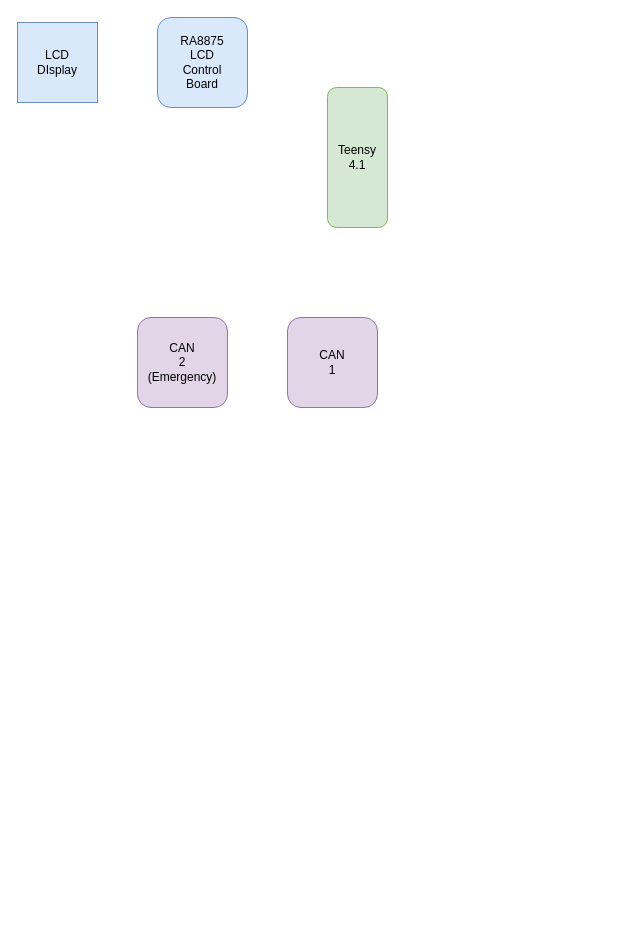
KSU-MS/IC-Dash keeps this draw.io diagram as Dash-IC.drawio. Above is the earlier version. Source tidied: cells renumbered, new cells numbered last; positions are measured from the earlier drawing's top-left corner, leaving out a move shared by most shapes. Both pictures are drawn from the tidied source at 100%, with x=0, y=0 at pixel (17, 17).
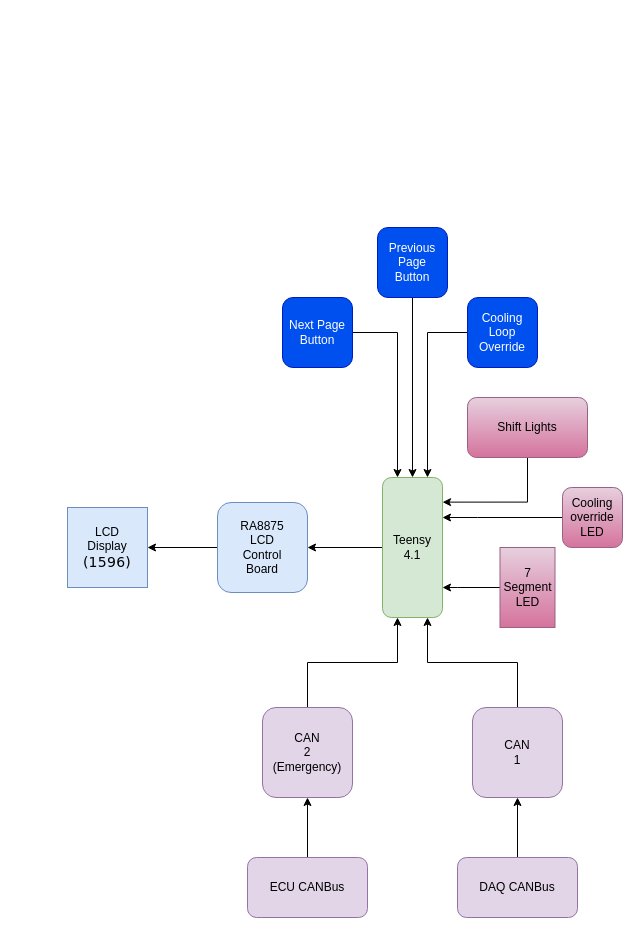
After the change.

What changed in the source:
```diff
@@
+    <mxCell id="7" style="edgeStyle=orthogonalEdgeStyle;rounded=0;jettySize=auto;html=1;exitX=0;exitY=0.5;exitDx=0;exitDy=0;entryX=1;entryY=0.5;entryDx=0;entryDy=0;" parent="1" edge="1" source="2" target="3">
+      <mxGeometry relative="1" as="geometry" />
+    </mxCell>
     <mxCell id="2" value="Teensy&lt;br&gt;4.1" style="rounded=1;whiteSpace=wrap;html=1;fillColor=#d5e8d4;strokeColor=#82b366;" parent="1" vertex="1">
-      <mxGeometry x="310" y="70" width="60" height="140" as="geometry" />
+      <mxGeometry x="365" y="460" width="60" height="140" as="geometry" />
     </mxCell>
+    <mxCell id="8" style="edgeStyle=orthogonalEdgeStyle;rounded=0;jettySize=auto;html=1;exitX=0;exitY=0.5;exitDx=0;exitDy=0;entryX=1;entryY=0.5;entryDx=0;entryDy=0;" parent="1" edge="1" source="3" target="4">
+      <mxGeometry relative="1" as="geometry" />
+    </mxCell>
     <mxCell id="3" value="RA8875&lt;br&gt;LCD&lt;br&gt;Control&lt;br&gt;Board" style="rounded=1;whiteSpace=wrap;html=1;fillColor=#dae8fc;strokeColor=#6c8ebf;" parent="1" vertex="1">
-      <mxGeometry x="140" width="90" height="90" as="geometry" />
+      <mxGeometry x="200" y="485" width="90" height="90" as="geometry" />
     </mxCell>
-    <mxCell id="4" value="LCD&lt;br&gt;DIsplay" style="whiteSpace=wrap;html=1;fillColor=#dae8fc;strokeColor=#6c8ebf;" parent="1" vertex="1">
-      <mxGeometry y="5" width="80" height="80" as="geometry" />
+    <mxCell id="4" value="LCD&lt;br&gt;Display&lt;br&gt;&lt;span style=&quot;font-family: &amp;#34;proxima nova&amp;#34; , &amp;#34;lucida grande&amp;#34; , &amp;#34;lucida sans unicode&amp;#34; , &amp;#34;lucida sans&amp;#34; , &amp;#34;geneva&amp;#34; , &amp;#34;verdana&amp;#34; , sans-serif ; font-size: 14px ; letter-spacing: 0.28px&quot;&gt;(1596)&lt;/span&gt;" style="whiteSpace=wrap;html=1;fillColor=#dae8fc;strokeColor=#6c8ebf;" parent="1" vertex="1">
+      <mxGeometry x="50" y="490" width="80" height="80" as="geometry" />
     </mxCell>
+    <mxCell id="9" style="edgeStyle=orthogonalEdgeStyle;rounded=0;jettySize=auto;html=1;exitX=0.5;exitY=0;exitDx=0;exitDy=0;entryX=0.75;entryY=1;entryDx=0;entryDy=0;" parent="1" edge="1" source="5" target="2">
+      <mxGeometry relative="1" as="geometry" />
+    </mxCell>
     <mxCell id="5" value="CAN&lt;br&gt;1" style="rounded=1;whiteSpace=wrap;html=1;fillColor=#e1d5e7;strokeColor=#9673a6;" parent="1" vertex="1">
-      <mxGeometry x="270" y="300" width="90" height="90" as="geometry" />
+      <mxGeometry x="455" y="690" width="90" height="90" as="geometry" />
     </mxCell>
+    <mxCell id="10" style="edgeStyle=orthogonalEdgeStyle;rounded=0;jettySize=auto;html=1;exitX=0.5;exitY=0;exitDx=0;exitDy=0;entryX=0.25;entryY=1;entryDx=0;entryDy=0;" parent="1" edge="1" source="6" target="2">
+      <mxGeometry relative="1" as="geometry" />
+    </mxCell>
     <mxCell id="6" value="CAN&lt;br&gt;2&lt;br&gt;(Emergency)" style="rounded=1;whiteSpace=wrap;html=1;fillColor=#e1d5e7;strokeColor=#9673a6;" parent="1" vertex="1">
-      <mxGeometry x="120" y="300" width="90" height="90" as="geometry" />
+      <mxGeometry x="245" y="690" width="90" height="90" as="geometry" />
     </mxCell>
+    <mxCell id="11" style="edgeStyle=orthogonalEdgeStyle;rounded=0;jettySize=auto;html=1;exitX=0.5;exitY=0;exitDx=0;exitDy=0;entryX=0.5;entryY=1;entryDx=0;entryDy=0;" parent="1" edge="1" source="12" target="6">
+      <mxGeometry relative="1" as="geometry" />
+    </mxCell>
+    <mxCell id="12" value="ECU CANBus" style="rounded=1;whiteSpace=wrap;html=1;fillColor=#e1d5e7;strokeColor=#9673a6;" parent="1" vertex="1">
+      <mxGeometry x="230" y="840" width="120" height="60" as="geometry" />
+    </mxCell>
+    <mxCell id="13" style="edgeStyle=orthogonalEdgeStyle;rounded=0;jettySize=auto;html=1;exitX=0.5;exitY=0;exitDx=0;exitDy=0;entryX=0.5;entryY=1;entryDx=0;entryDy=0;" parent="1" edge="1" source="14" target="5">
+      <mxGeometry relative="1" as="geometry" />
+    </mxCell>
+    <mxCell id="14" value="DAQ CANBus" style="rounded=1;whiteSpace=wrap;html=1;fillColor=#e1d5e7;strokeColor=#9673a6;" parent="1" vertex="1">
+      <mxGeometry x="440" y="840" width="120" height="60" as="geometry" />
+    </mxCell>
+    <mxCell id="15" style="edgeStyle=orthogonalEdgeStyle;rounded=0;jettySize=auto;html=1;entryX=0.25;entryY=0;entryDx=0;entryDy=0;fontColor=#000000;" parent="1" edge="1" source="16" target="2">
+      <mxGeometry relative="1" as="geometry" />
+    </mxCell>
+    <mxCell id="16" value="Next Page&lt;br&gt;Button" style="rounded=1;whiteSpace=wrap;html=1;labelBackgroundColor=none;fontColor=#ffffff;fillColor=#0050ef;strokeColor=#001DBC;" parent="1" vertex="1">
+      <mxGeometry x="265" y="280" width="70" height="70" as="geometry" />
+    </mxCell>
+    <mxCell id="17" style="edgeStyle=orthogonalEdgeStyle;rounded=0;jettySize=auto;html=1;exitX=0;exitY=0.5;exitDx=0;exitDy=0;entryX=0.75;entryY=0;entryDx=0;entryDy=0;fontColor=#000000;" parent="1" edge="1" source="18" target="2">
+      <mxGeometry relative="1" as="geometry">
+        <Array as="points">
+          <mxPoint x="410" y="315" />
+        </Array>
+      </mxGeometry>
+    </mxCell>
+    <mxCell id="18" value="Cooling&lt;br&gt;Loop&lt;br&gt;Override" style="rounded=1;whiteSpace=wrap;html=1;labelBackgroundColor=none;fontColor=#ffffff;fillColor=#0050ef;strokeColor=#001DBC;" parent="1" vertex="1">
+      <mxGeometry x="450" y="280" width="70" height="70" as="geometry" />
+    </mxCell>
+    <mxCell id="19" style="edgeStyle=orthogonalEdgeStyle;rounded=0;jettySize=auto;html=1;entryX=0.5;entryY=0;entryDx=0;entryDy=0;fontColor=#000000;" parent="1" edge="1" source="20" target="2">
+      <mxGeometry relative="1" as="geometry" />
+    </mxCell>
+    <mxCell id="20" value="Previous&lt;br&gt;Page&lt;br&gt;Button" style="rounded=1;whiteSpace=wrap;html=1;labelBackgroundColor=none;fontColor=#ffffff;fillColor=#0050ef;strokeColor=#001DBC;" parent="1" vertex="1">
+      <mxGeometry x="360" y="210" width="70" height="70" as="geometry" />
+    </mxCell>
+    <mxCell id="21" style="edgeStyle=orthogonalEdgeStyle;rounded=0;jettySize=auto;html=1;entryX=1.001;entryY=0.176;entryDx=0;entryDy=0;entryPerimeter=0;fontColor=#000000;exitX=0.5;exitY=1;exitDx=0;exitDy=0;" parent="1" edge="1" source="22" target="2">
+      <mxGeometry relative="1" as="geometry" />
+    </mxCell>
+    <mxCell id="22" value="Shift Lights" style="rounded=1;whiteSpace=wrap;html=1;labelBackgroundColor=none;fillColor=#e6d0de;gradientColor=#d5739d;strokeColor=#996185;" parent="1" vertex="1">
+      <mxGeometry x="450" y="380" width="120" height="60" as="geometry" />
+    </mxCell>
+    <mxCell id="23" style="edgeStyle=orthogonalEdgeStyle;rounded=0;jettySize=auto;html=1;fontColor=#000000;" parent="1" edge="1" source="24" target="2">
+      <mxGeometry relative="1" as="geometry">
+        <Array as="points">
+          <mxPoint x="460" y="500" />
+          <mxPoint x="460" y="500" />
+        </Array>
+      </mxGeometry>
+    </mxCell>
+    <mxCell id="24" value="Cooling&lt;br&gt;override&lt;br&gt;LED" style="rounded=1;whiteSpace=wrap;html=1;labelBackgroundColor=none;fillColor=#e6d0de;gradientColor=#d5739d;strokeColor=#996185;" parent="1" vertex="1">
+      <mxGeometry x="545" y="470" width="60" height="60" as="geometry" />
+    </mxCell>
+    <mxCell id="25" style="edgeStyle=orthogonalEdgeStyle;rounded=0;jettySize=auto;html=1;fontColor=#000000;" parent="1" edge="1" source="26" target="2">
+      <mxGeometry relative="1" as="geometry">
+        <Array as="points">
+          <mxPoint x="440" y="570" />
+          <mxPoint x="440" y="570" />
+        </Array>
+      </mxGeometry>
+    </mxCell>
+    <mxCell id="26" value="7&lt;br&gt;Segment&lt;br&gt;LED" style="rounded=0;whiteSpace=wrap;html=1;labelBackgroundColor=none;fillColor=#e6d0de;gradientColor=#d5739d;strokeColor=#996185;" parent="1" vertex="1">
+      <mxGeometry x="482.5" y="530" width="55" height="80" as="geometry" />
+    </mxCell>
```
